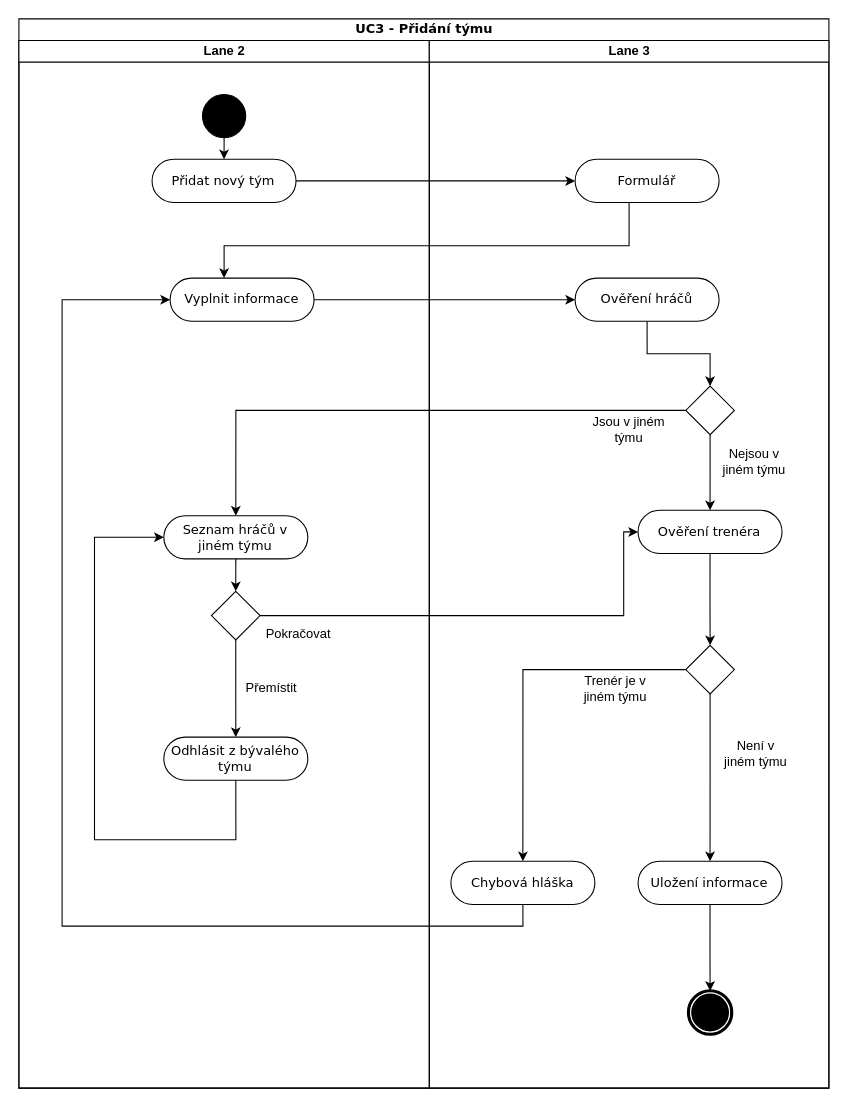
Earlier version of the draw.io diagram UC3ActivityDiagram.drawio (dminikm/EsportsIS). Source tidied: cells renumbered, new cells numbered last; positions are measured from the earlier drawing's top-left corner, leaving out a move shared by most shapes. Both pictures are drawn from the tidied source at 108%, with x=0, y=0 at pixel (18, 18).
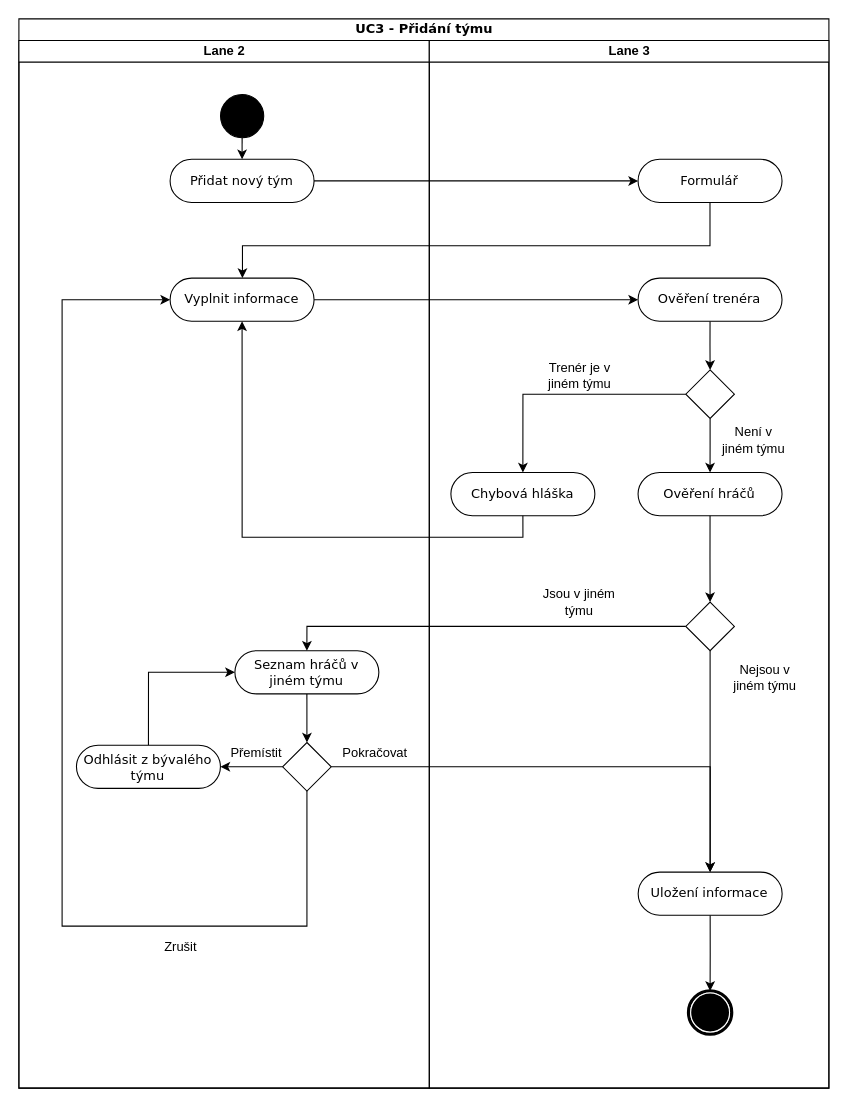
The same page after the edit.

The change refers to these unchanged cells:
```xml
<mxCell id="2" value="UC3 - Přidání týmu" style="swimlane;html=1;startSize=20;rounded=0;shadow=0;comic=0;labelBackgroundColor=none;strokeWidth=1;fontFamily=Verdana;fontSize=12;align=center;" parent="1" vertex="1">
  <mxGeometry width="750" height="990" as="geometry" />
</mxCell>
<mxCell id="3" value="Lane 2" style="swimlane;html=1;startSize=20;" parent="2" vertex="1">
  <mxGeometry y="20" width="380" height="970" as="geometry" />
</mxCell>
<mxCell id="5" value="Vyplnit informace" style="rounded=1;whiteSpace=wrap;html=1;shadow=0;comic=0;labelBackgroundColor=none;strokeWidth=1;fontFamily=Verdana;fontSize=12;align=center;arcSize=50;" parent="3" vertex="1">
  <mxGeometry x="140" y="220" width="133.3" height="40" as="geometry" />
</mxCell>
<mxCell id="19" value="Lane 3" style="swimlane;html=1;startSize=20;" parent="2" vertex="1">
  <mxGeometry x="380" y="20" width="370" height="970" as="geometry" />
</mxCell>
```

What changed in the source:
```diff
@@
+    <mxCell id="16" style="edgeStyle=orthogonalEdgeStyle;rounded=0;jettySize=auto;html=1;" parent="2" edge="1" source="21" target="5">
+      <mxGeometry relative="1" as="geometry">
+        <Array as="points">
+          <mxPoint x="640" y="210" />
+          <mxPoint x="207" y="210" />
+        </Array>
+      </mxGeometry>
+    </mxCell>
+    <mxCell id="18" style="edgeStyle=orthogonalEdgeStyle;rounded=0;jettySize=auto;html=1;" parent="2" edge="1" source="6" target="21">
+      <mxGeometry relative="1" as="geometry" />
+    </mxCell>
+    <mxCell id="41" style="edgeStyle=orthogonalEdgeStyle;rounded=0;jettySize=auto;html=1;exitX=1;exitY=0.5;exitDx=0;exitDy=0;entryX=0;entryY=0.5;entryDx=0;entryDy=0;" parent="2" edge="1" source="5" target="27">
+      <mxGeometry relative="1" as="geometry" />
+    </mxCell>
@@
     <mxCell id="4" style="ellipse;whiteSpace=wrap;html=1;rounded=0;shadow=0;comic=0;labelBackgroundColor=none;strokeWidth=1;fillColor=#000000;fontFamily=Verdana;fontSize=12;align=center;" parent="3" vertex="1">
-      <mxGeometry x="170" y="50" width="40" height="40" as="geometry" />
+      <mxGeometry x="186.7" y="50" width="40" height="40" as="geometry" />
     </mxCell>
@@
     <mxCell id="6" value="Přidat nový tým" style="rounded=1;whiteSpace=wrap;html=1;shadow=0;comic=0;labelBackgroundColor=none;strokeWidth=1;fontFamily=Verdana;fontSize=12;align=center;arcSize=50;" parent="3" vertex="1">
-      <mxGeometry x="123.3" y="110" width="133.3" height="40" as="geometry" />
+      <mxGeometry x="140" y="110" width="133.3" height="40" as="geometry" />
     </mxCell>
@@
     <mxCell id="8" value="Seznam hráčů v jiném týmu" style="rounded=1;whiteSpace=wrap;html=1;shadow=0;comic=0;labelBackgroundColor=none;strokeWidth=1;fontFamily=Verdana;fontSize=12;align=center;arcSize=50;" parent="3" vertex="1">
-      <mxGeometry x="134.2" y="440" width="133.3" height="40" as="geometry" />
+      <mxGeometry x="200" y="565" width="133.3" height="40" as="geometry" />
     </mxCell>
+    <mxCell id="14" style="edgeStyle=orthogonalEdgeStyle;rounded=0;jettySize=auto;html=1;exitX=0;exitY=0.5;exitDx=0;exitDy=0;entryX=1;entryY=0.5;entryDx=0;entryDy=0;" parent="3" edge="1" source="9" target="13">
+      <mxGeometry relative="1" as="geometry" />
+    </mxCell>
+    <mxCell id="42" style="edgeStyle=orthogonalEdgeStyle;rounded=0;jettySize=auto;html=1;exitX=0.5;exitY=1;exitDx=0;exitDy=0;entryX=0;entryY=0.5;entryDx=0;entryDy=0;" parent="3" edge="1" source="9" target="5">
+      <mxGeometry relative="1" as="geometry">
+        <Array as="points">
+          <mxPoint x="267" y="820" />
+          <mxPoint x="40" y="820" />
+          <mxPoint x="40" y="240" />
+        </Array>
+      </mxGeometry>
+    </mxCell>
     <mxCell id="9" style="rhombus;whiteSpace=wrap;html=1;" parent="3" vertex="1">
-      <mxGeometry x="178.3" y="510" width="45" height="45" as="geometry" />
+      <mxGeometry x="244.2" y="650" width="45" height="45" as="geometry" />
     </mxCell>
@@
     <mxCell id="11" value="Pokračovat" style="text;html=1;strokeColor=none;fillColor=none;align=center;verticalAlign=middle;whiteSpace=wrap;rounded=0;" parent="3" vertex="1">
-      <mxGeometry x="239.2" y="540" width="40" height="20" as="geometry" />
+      <mxGeometry x="310" y="650" width="40" height="20" as="geometry" />
     </mxCell>
     <mxCell id="12" value="Přemístit" style="text;html=1;strokeColor=none;fillColor=none;align=center;verticalAlign=middle;whiteSpace=wrap;rounded=0;" parent="3" vertex="1">
-      <mxGeometry x="214.2" y="590" width="40" height="20" as="geometry" />
+      <mxGeometry x="200" y="650" width="40" height="20" as="geometry" />
     </mxCell>
+    <mxCell id="15" style="edgeStyle=orthogonalEdgeStyle;rounded=0;jettySize=auto;html=1;exitX=0.5;exitY=0;exitDx=0;exitDy=0;entryX=0;entryY=0.5;entryDx=0;entryDy=0;" parent="3" edge="1" source="13" target="8">
+      <mxGeometry relative="1" as="geometry" />
+    </mxCell>
     <mxCell id="13" value="Odhlásit z bývalého týmu" style="rounded=1;whiteSpace=wrap;html=1;shadow=0;comic=0;labelBackgroundColor=none;strokeWidth=1;fontFamily=Verdana;fontSize=12;align=center;arcSize=50;" parent="3" vertex="1">
-      <mxGeometry x="134.2" y="645" width="133.3" height="40" as="geometry" />
+      <mxGeometry x="53.3" y="652.5" width="133.3" height="40" as="geometry" />
     </mxCell>
-    <mxCell id="14" style="edgeStyle=orthogonalEdgeStyle;rounded=0;jettySize=auto;html=1;exitX=0.5;exitY=1;exitDx=0;exitDy=0;entryX=0.5;entryY=0;entryDx=0;entryDy=0;" parent="3" edge="1" source="9" target="13">
-      <mxGeometry relative="1" as="geometry" />
-    </mxCell>
-    <mxCell id="15" style="edgeStyle=orthogonalEdgeStyle;rounded=0;jettySize=auto;html=1;exitX=0.5;exitY=1;exitDx=0;exitDy=0;entryX=0;entryY=0.5;entryDx=0;entryDy=0;" parent="3" edge="1" source="13" target="8">
-      <mxGeometry relative="1" as="geometry">
-        <Array as="points">
-          <mxPoint x="201" y="740" />
-          <mxPoint x="70" y="740" />
-          <mxPoint x="70" y="460" />
-        </Array>
-      </mxGeometry>
-    </mxCell>
-    <mxCell id="16" style="edgeStyle=orthogonalEdgeStyle;rounded=0;jettySize=auto;html=1;" parent="2" edge="1" source="21" target="5">
-      <mxGeometry relative="1" as="geometry">
-        <Array as="points">
-          <mxPoint x="565" y="210" />
-          <mxPoint x="190" y="210" />
-        </Array>
-      </mxGeometry>
-    </mxCell>
-    <mxCell id="17" style="edgeStyle=orthogonalEdgeStyle;rounded=0;jettySize=auto;html=1;" parent="2" edge="1" source="5" target="23">
-      <mxGeometry relative="1" as="geometry" />
-    </mxCell>
-    <mxCell id="18" style="edgeStyle=orthogonalEdgeStyle;rounded=0;jettySize=auto;html=1;" parent="2" edge="1" source="6" target="21">
-      <mxGeometry relative="1" as="geometry" />
-    </mxCell>
+    <mxCell id="43" value="Zrušit" style="text;html=1;strokeColor=none;fillColor=none;align=center;verticalAlign=middle;whiteSpace=wrap;rounded=0;" parent="3" vertex="1">
+      <mxGeometry x="130" y="830" width="40" height="20" as="geometry" />
+    </mxCell>
+    <mxCell id="44" style="edgeStyle=orthogonalEdgeStyle;rounded=0;jettySize=auto;html=1;exitX=1;exitY=0.5;exitDx=0;exitDy=0;entryX=0.5;entryY=0;entryDx=0;entryDy=0;" parent="2" edge="1" source="9" target="33">
+      <mxGeometry relative="1" as="geometry" />
+    </mxCell>
@@
     <mxCell id="21" value="Formulář" style="rounded=1;whiteSpace=wrap;html=1;shadow=0;comic=0;labelBackgroundColor=none;strokeWidth=1;fontFamily=Verdana;fontSize=12;align=center;arcSize=50;" parent="19" vertex="1">
-      <mxGeometry x="135" y="110" width="133.3" height="40" as="geometry" />
+      <mxGeometry x="193.3" y="110" width="133.3" height="40" as="geometry" />
     </mxCell>
-    <mxCell id="22" style="edgeStyle=orthogonalEdgeStyle;rounded=0;jettySize=auto;html=1;exitX=0.5;exitY=1;exitDx=0;exitDy=0;entryX=0.5;entryY=0;entryDx=0;entryDy=0;" parent="19" edge="1" source="23" target="25">
-      <mxGeometry relative="1" as="geometry" />
-    </mxCell>
-    <mxCell id="23" value="Ověření hráčů" style="rounded=1;whiteSpace=wrap;html=1;shadow=0;comic=0;labelBackgroundColor=none;strokeWidth=1;fontFamily=Verdana;fontSize=12;align=center;arcSize=50;" parent="19" vertex="1">
-      <mxGeometry x="135" y="220" width="133.3" height="40" as="geometry" />
-    </mxCell>
-    <mxCell id="24" style="edgeStyle=orthogonalEdgeStyle;rounded=0;jettySize=auto;html=1;exitX=0.5;exitY=1;exitDx=0;exitDy=0;entryX=0.5;entryY=0;entryDx=0;entryDy=0;" parent="19" edge="1" source="25" target="27">
-      <mxGeometry relative="1" as="geometry" />
-    </mxCell>
-    <mxCell id="25" style="rhombus;whiteSpace=wrap;html=1;" parent="19" vertex="1">
-      <mxGeometry x="237.5" y="320" width="45" height="45" as="geometry" />
-    </mxCell>
@@
     <mxCell id="27" value="Ověření trenéra" style="rounded=1;whiteSpace=wrap;html=1;shadow=0;comic=0;labelBackgroundColor=none;strokeWidth=1;fontFamily=Verdana;fontSize=12;align=center;arcSize=50;" parent="19" vertex="1">
-      <mxGeometry x="193.3" y="435" width="133.3" height="40" as="geometry" />
+      <mxGeometry x="193.3" y="220" width="133.3" height="40" as="geometry" />
     </mxCell>
-    <mxCell id="28" style="edgeStyle=orthogonalEdgeStyle;rounded=0;jettySize=auto;html=1;exitX=0.5;exitY=1;exitDx=0;exitDy=0;entryX=0.5;entryY=0;entryDx=0;entryDy=0;" parent="19" edge="1" source="30" target="33">
-      <mxGeometry relative="1" as="geometry" />
-    </mxCell>
+    <mxCell id="45" style="edgeStyle=orthogonalEdgeStyle;rounded=0;jettySize=auto;html=1;exitX=0.5;exitY=1;exitDx=0;exitDy=0;entryX=0.5;entryY=0;entryDx=0;entryDy=0;" parent="19" edge="1" source="30" target="23">
+      <mxGeometry relative="1" as="geometry" />
+    </mxCell>
@@
     <mxCell id="30" style="rhombus;whiteSpace=wrap;html=1;" parent="19" vertex="1">
-      <mxGeometry x="237.5" y="560" width="45" height="45" as="geometry" />
+      <mxGeometry x="237.5" y="305" width="45" height="45" as="geometry" />
     </mxCell>
-    <mxCell id="31" value="Nejsou v jiném týmu" style="text;html=1;strokeColor=none;fillColor=none;align=center;verticalAlign=middle;whiteSpace=wrap;rounded=0;" parent="19" vertex="1">
-      <mxGeometry x="270" y="380" width="62" height="20" as="geometry" />
-    </mxCell>
@@
     <mxCell id="33" value="Uložení informace" style="rounded=1;whiteSpace=wrap;html=1;shadow=0;comic=0;labelBackgroundColor=none;strokeWidth=1;fontFamily=Verdana;fontSize=12;align=center;arcSize=50;" parent="19" vertex="1">
-      <mxGeometry x="193.3" y="760" width="133.3" height="40" as="geometry" />
+      <mxGeometry x="193.4" y="770" width="133.3" height="40" as="geometry" />
     </mxCell>
     <mxCell id="34" value="Není v jiném týmu" style="text;html=1;strokeColor=none;fillColor=none;align=center;verticalAlign=middle;whiteSpace=wrap;rounded=0;" parent="19" vertex="1">
-      <mxGeometry x="270" y="650" width="65" height="20" as="geometry" />
+      <mxGeometry x="268.3" y="360" width="65" height="20" as="geometry" />
     </mxCell>
+    <mxCell id="25" style="rhombus;whiteSpace=wrap;html=1;" parent="19" vertex="1">
+      <mxGeometry x="237.5" y="520" width="45" height="45" as="geometry" />
+    </mxCell>
+    <mxCell id="37" value="Jsou v jiném týmu" style="text;html=1;strokeColor=none;fillColor=none;align=center;verticalAlign=middle;whiteSpace=wrap;rounded=0;" parent="19" vertex="1">
+      <mxGeometry x="104.2" y="510" width="70" height="20" as="geometry" />
+    </mxCell>
+    <mxCell id="31" value="Nejsou v jiném týmu" style="text;html=1;strokeColor=none;fillColor=none;align=center;verticalAlign=middle;whiteSpace=wrap;rounded=0;" parent="19" vertex="1">
+      <mxGeometry x="280" y="580" width="62" height="20" as="geometry" />
+    </mxCell>
+    <mxCell id="23" value="Ověření hráčů" style="rounded=1;whiteSpace=wrap;html=1;shadow=0;comic=0;labelBackgroundColor=none;strokeWidth=1;fontFamily=Verdana;fontSize=12;align=center;arcSize=50;" parent="19" vertex="1">
+      <mxGeometry x="193.3" y="400" width="133.3" height="40" as="geometry" />
+    </mxCell>
+    <mxCell id="22" style="edgeStyle=orthogonalEdgeStyle;rounded=0;jettySize=auto;html=1;exitX=0.5;exitY=1;exitDx=0;exitDy=0;entryX=0.5;entryY=0;entryDx=0;entryDy=0;" parent="19" edge="1" source="23" target="25">
+      <mxGeometry relative="1" as="geometry" />
+    </mxCell>
+    <mxCell id="46" style="edgeStyle=orthogonalEdgeStyle;rounded=0;jettySize=auto;html=1;exitX=0.5;exitY=1;exitDx=0;exitDy=0;entryX=0.5;entryY=0;entryDx=0;entryDy=0;" parent="19" edge="1" source="25" target="33">
+      <mxGeometry relative="1" as="geometry" />
+    </mxCell>
     <mxCell id="35" value="Chybová hláška" style="rounded=1;whiteSpace=wrap;html=1;shadow=0;comic=0;labelBackgroundColor=none;strokeWidth=1;fontFamily=Verdana;fontSize=12;align=center;arcSize=50;" parent="19" vertex="1">
-      <mxGeometry x="20" y="760" width="133.3" height="40" as="geometry" />
+      <mxGeometry x="20" y="400" width="133.3" height="40" as="geometry" />
     </mxCell>
     <mxCell id="36" value="Trenér je v jiném týmu" style="text;html=1;strokeColor=none;fillColor=none;align=center;verticalAlign=middle;whiteSpace=wrap;rounded=0;" parent="19" vertex="1">
-      <mxGeometry x="135" y="590" width="75" height="20" as="geometry" />
+      <mxGeometry x="101.7" y="300" width="75" height="20" as="geometry" />
     </mxCell>
-    <mxCell id="37" value="Jsou v jiném týmu" style="text;html=1;strokeColor=none;fillColor=none;align=center;verticalAlign=middle;whiteSpace=wrap;rounded=0;" parent="19" vertex="1">
-      <mxGeometry x="150" y="350" width="70" height="20" as="geometry" />
-    </mxCell>
@@
-    <mxCell id="39" style="edgeStyle=orthogonalEdgeStyle;rounded=0;jettySize=auto;html=1;exitX=1;exitY=0.5;exitDx=0;exitDy=0;entryX=0;entryY=0.5;entryDx=0;entryDy=0;" parent="2" edge="1" source="9" target="27">
-      <mxGeometry relative="1" as="geometry">
-        <Array as="points">
-          <mxPoint x="223" y="553" />
-          <mxPoint x="560" y="553" />
-          <mxPoint x="560" y="475" />
-        </Array>
-      </mxGeometry>
-    </mxCell>
-    <mxCell id="40" style="edgeStyle=orthogonalEdgeStyle;rounded=0;jettySize=auto;html=1;exitX=0.5;exitY=1;exitDx=0;exitDy=0;entryX=0;entryY=0.5;entryDx=0;entryDy=0;" parent="2" edge="1" source="35" target="5">
-      <mxGeometry relative="1" as="geometry">
-        <Array as="points">
-          <mxPoint x="467" y="840" />
-          <mxPoint x="40" y="840" />
-          <mxPoint x="40" y="260" />
-        </Array>
-      </mxGeometry>
+    <mxCell id="40" style="edgeStyle=orthogonalEdgeStyle;rounded=0;jettySize=auto;html=1;exitX=0.5;exitY=1;exitDx=0;exitDy=0;entryX=0.5;entryY=1;entryDx=0;entryDy=0;" parent="2" edge="1" source="35" target="5">
+      <mxGeometry relative="1" as="geometry" />
     </mxCell>
```
